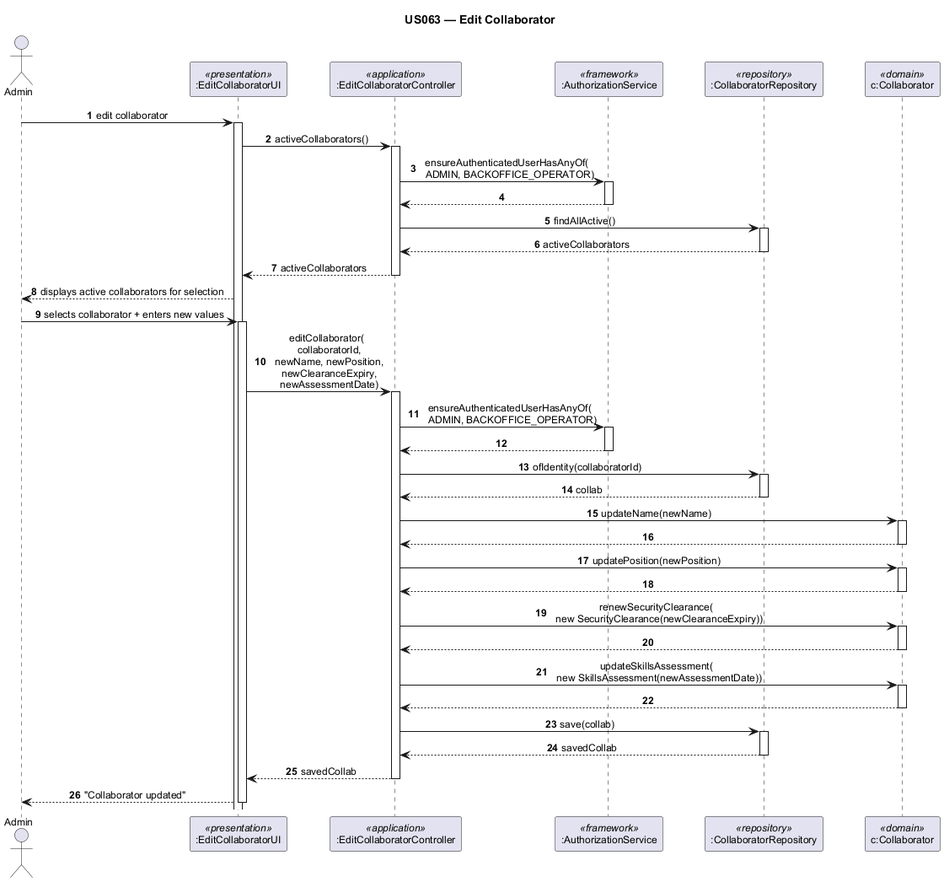
Before: docs/Sprint2/EAPLI/us_063/sd_us063_edit_collaborator.png, a diagram exported from PlantUML (1240826/aisafe-flight-control).
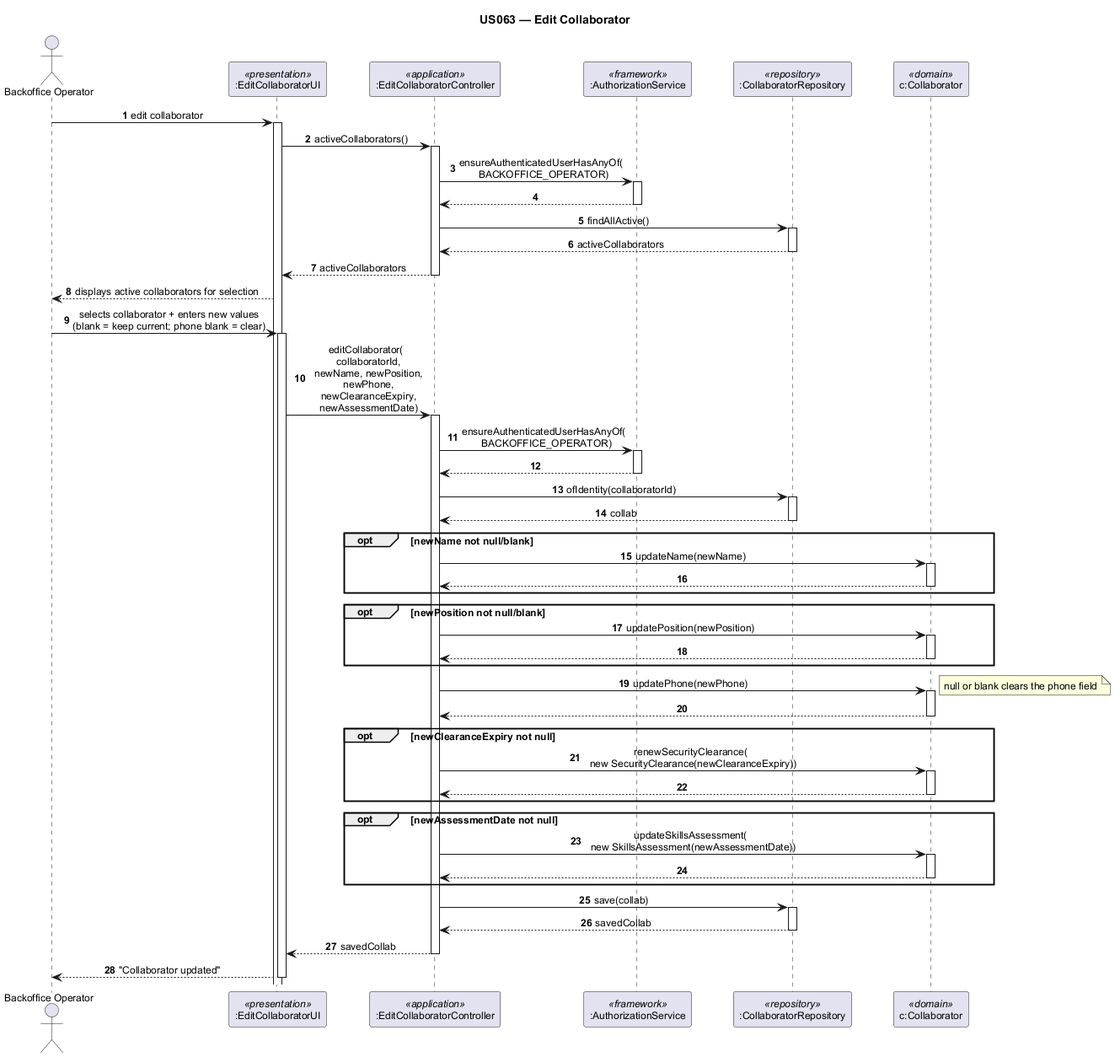
After the commit.

Commit message:
Collaborator SDs update, documentation done - References #35 #38

Change to the diagram source:
```diff
@@ -1,5 +1,4 @@
 @startuml sd_us063_edit_collaborator
-skinparamlocked defaultFontSize 20
 title US063 — Edit Collaborator
 
 skinparam sequenceMessageAlign center
@@ -9,7 +8,7 @@
 
 autonumber
 
-actor "Admin" as actor
+actor "Backoffice Operator" as actor
 participant ":EditCollaboratorUI" as ui <<presentation>>
 participant ":EditCollaboratorController" as ctrl <<application>>
 participant ":AuthorizationService" as authz <<framework>>
@@ -21,7 +20,7 @@
 
 ui -> ctrl : activeCollaborators()
 activate ctrl
-ctrl -> authz : ensureAuthenticatedUserHasAnyOf(\n  ADMIN, BACKOFFICE_OPERATOR)
+ctrl -> authz : ensureAuthenticatedUserHasAnyOf(\n  BACKOFFICE_OPERATOR)
 activate authz
 authz --> ctrl
 deactivate authz
@@ -34,13 +33,13 @@
 
 ui --> actor : displays active collaborators for selection
 
-actor -> ui : selects collaborator + enters new values
+actor -> ui : selects collaborator + enters new values\n(blank = keep current; phone blank = clear)
 activate ui
 
-ui -> ctrl : editCollaborator(\n  collaboratorId,\n  newName, newPosition,\n  newClearanceExpiry,\n  newAssessmentDate)
+ui -> ctrl : editCollaborator(\n  collaboratorId,\n  newName, newPosition,\n  newPhone,\n  newClearanceExpiry,\n  newAssessmentDate)
 activate ctrl
 
-ctrl -> authz : ensureAuthenticatedUserHasAnyOf(\n  ADMIN, BACKOFFICE_OPERATOR)
+ctrl -> authz : ensureAuthenticatedUserHasAnyOf(\n  BACKOFFICE_OPERATOR)
 activate authz
 authz --> ctrl
 deactivate authz
@@ -50,25 +49,39 @@
 repo --> ctrl : collab
 deactivate repo
 
-ctrl -> collab : updateName(newName)
+opt newName not null/blank
+  ctrl -> collab : updateName(newName)
+  activate collab
+  collab --> ctrl
+  deactivate collab
+end
+
+opt newPosition not null/blank
+  ctrl -> collab : updatePosition(newPosition)
+  activate collab
+  collab --> ctrl
+  deactivate collab
+end
+
+ctrl -> collab : updatePhone(newPhone)
 activate collab
+note right : null or blank clears the phone field
 collab --> ctrl
 deactivate collab
 
-ctrl -> collab : updatePosition(newPosition)
-activate collab
-collab --> ctrl
-deactivate collab
+opt newClearanceExpiry not null
+  ctrl -> collab : renewSecurityClearance(\n  new SecurityClearance(newClearanceExpiry))
+  activate collab
+  collab --> ctrl
+  deactivate collab
+end
 
-ctrl -> collab : renewSecurityClearance(\n  new SecurityClearance(newClearanceExpiry))
-activate collab
-collab --> ctrl
-deactivate collab
-
-ctrl -> collab : updateSkillsAssessment(\n  new SkillsAssessment(newAssessmentDate))
-activate collab
-collab --> ctrl
-deactivate collab
+opt newAssessmentDate not null
+  ctrl -> collab : updateSkillsAssessment(\n  new SkillsAssessment(newAssessmentDate))
+  activate collab
+  collab --> ctrl
+  deactivate collab
+end
 
 ctrl -> repo : save(collab)
 activate repo
```
